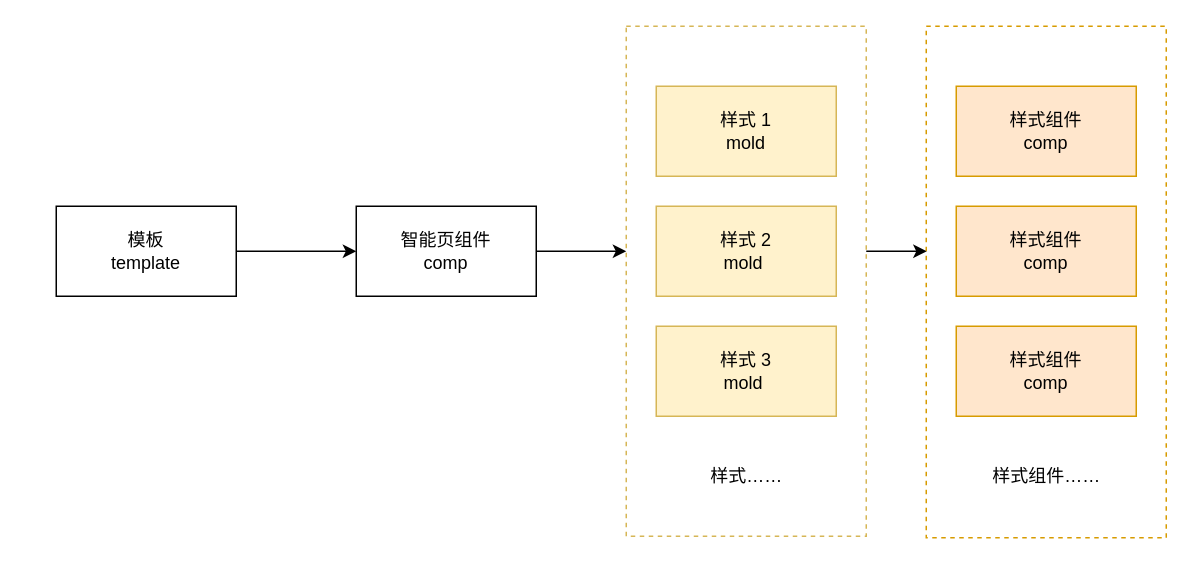
This is FC programmed landing page.drawio from qqqqqcy/processon, a draw.io file, before an edit. Source tidied: cells renumbered, new cells numbered last; positions are measured from the earlier drawing's top-left corner, leaving out a move shared by most shapes. Both pictures are drawn from the tidied source at 150%, with x=0, y=0 at pixel (56, 26).
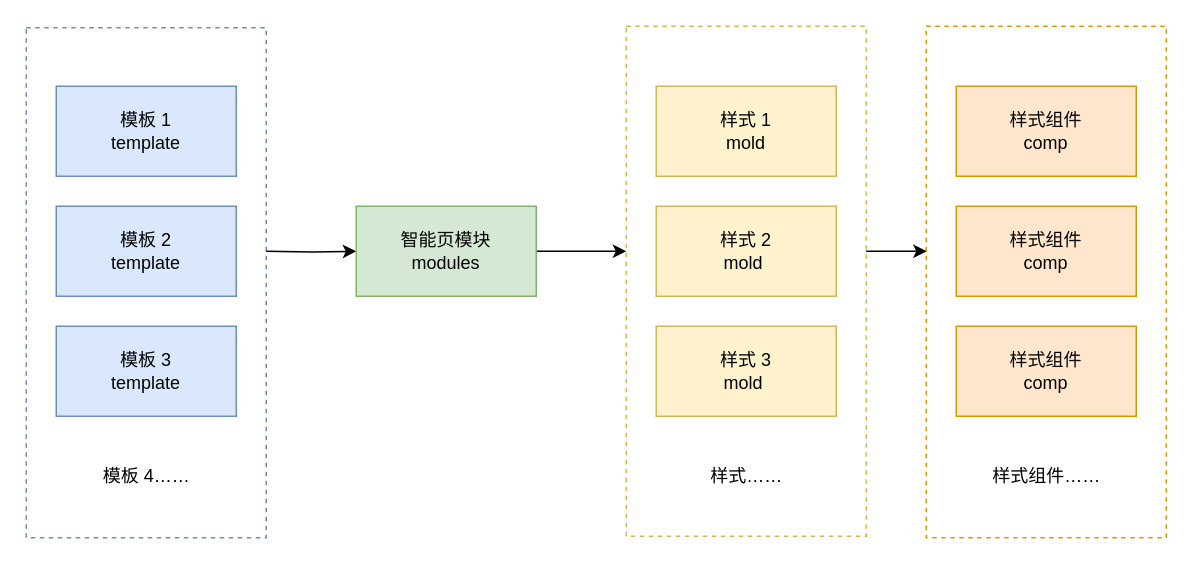
After the change.

Diff of the diagram source:
```diff
@@
+    <mxCell id="17" style="rounded=0;whiteSpace=wrap;html=1;fillColor=none;dashed=1;strokeColor=#6c8ebf;" parent="1" vertex="1">
+      <mxGeometry x="-20" y="1" width="160" height="340" as="geometry" />
+    </mxCell>
@@
-    <mxCell id="5" style="edgeStyle=orthogonalEdgeStyle;rounded=0;jettySize=auto;html=1;" parent="1" edge="1" source="6" target="8">
-      <mxGeometry relative="1" as="geometry" />
+    <mxCell id="5" style="edgeStyle=orthogonalEdgeStyle;rounded=0;jettySize=auto;html=1;" parent="1" edge="1" target="8">
+      <mxGeometry relative="1" as="geometry">
+        <mxPoint x="140" y="150" as="sourcePoint" />
+      </mxGeometry>
     </mxCell>
-    <mxCell id="6" value="模板&lt;br&gt;template" style="rounded=0;whiteSpace=wrap;html=1;" parent="1" vertex="1">
+    <mxCell id="6" value="模板 2&lt;br&gt;template" style="rounded=0;whiteSpace=wrap;html=1;fillColor=#dae8fc;strokeColor=#6c8ebf;" parent="1" vertex="1">
       <mxGeometry y="120" width="120" height="60" as="geometry" />
     </mxCell>
@@
-    <mxCell id="8" value="智能页组件&lt;br&gt;comp" style="rounded=0;whiteSpace=wrap;html=1;" parent="1" vertex="1">
+    <mxCell id="8" value="智能页模块&lt;br&gt;modules" style="rounded=0;whiteSpace=wrap;html=1;fillColor=#d5e8d4;strokeColor=#82b366;" parent="1" vertex="1">
       <mxGeometry x="200" y="120" width="120" height="60" as="geometry" />
     </mxCell>
@@
+    <mxCell id="18" value="模板 1&lt;br&gt;template" style="rounded=0;whiteSpace=wrap;html=1;fillColor=#dae8fc;strokeColor=#6c8ebf;" parent="1" vertex="1">
+      <mxGeometry y="40" width="120" height="60" as="geometry" />
+    </mxCell>
+    <mxCell id="19" value="模板 3&lt;br&gt;template" style="rounded=0;whiteSpace=wrap;html=1;fillColor=#dae8fc;strokeColor=#6c8ebf;" parent="1" vertex="1">
+      <mxGeometry y="200" width="120" height="60" as="geometry" />
+    </mxCell>
+    <mxCell id="20" value="模板 4……" style="text;html=1;align=center;verticalAlign=middle;strokeColor=none;fillColor=none;" parent="1" vertex="1">
+      <mxGeometry x="25" y="290" width="70" height="20" as="geometry" />
+    </mxCell>
```
